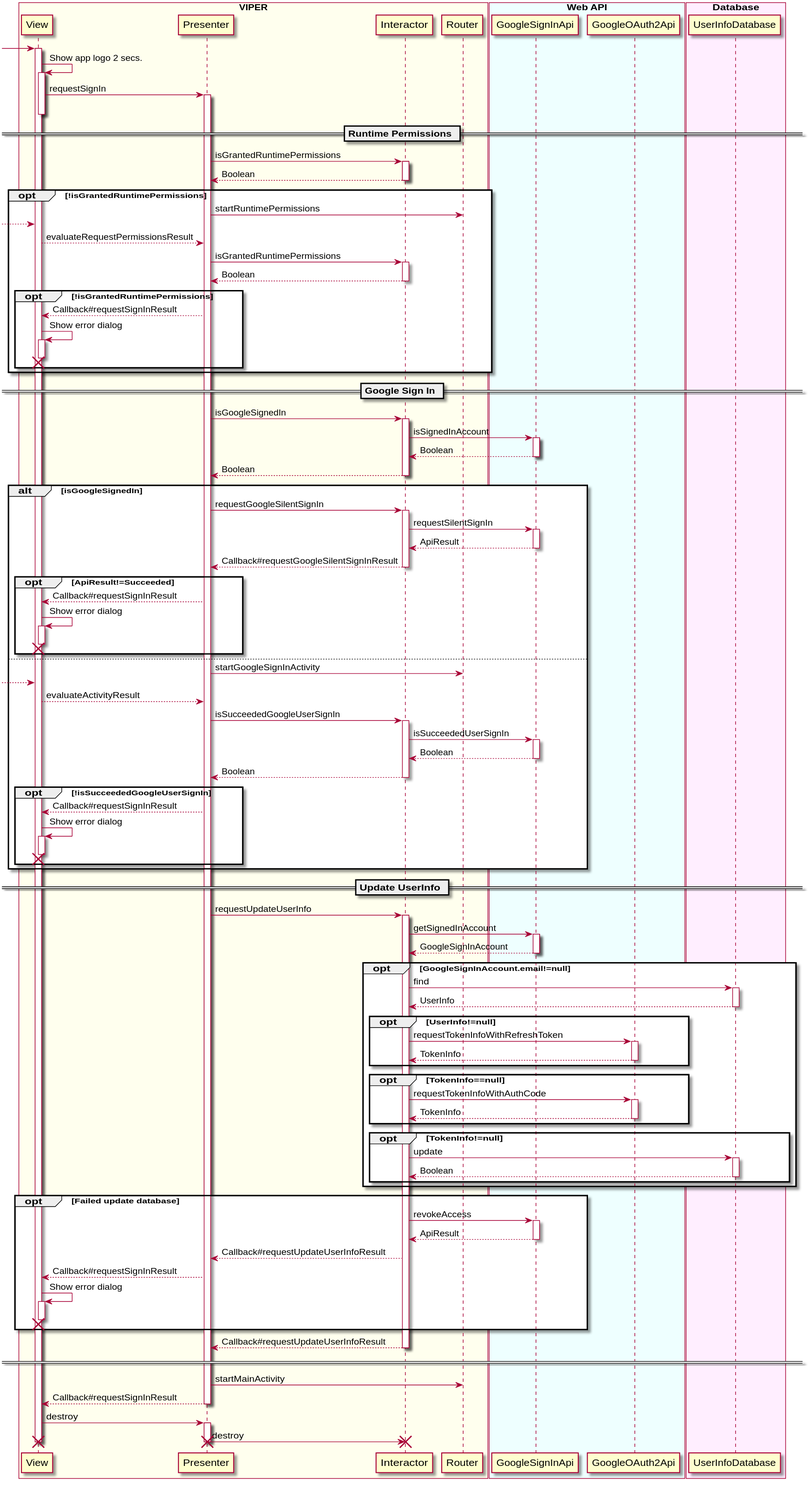
This is uml/splash/sequence_diagram_splash.svg from sallyluenoa/PhotoSlideShow, a PlantUML export, as it was before one commit.
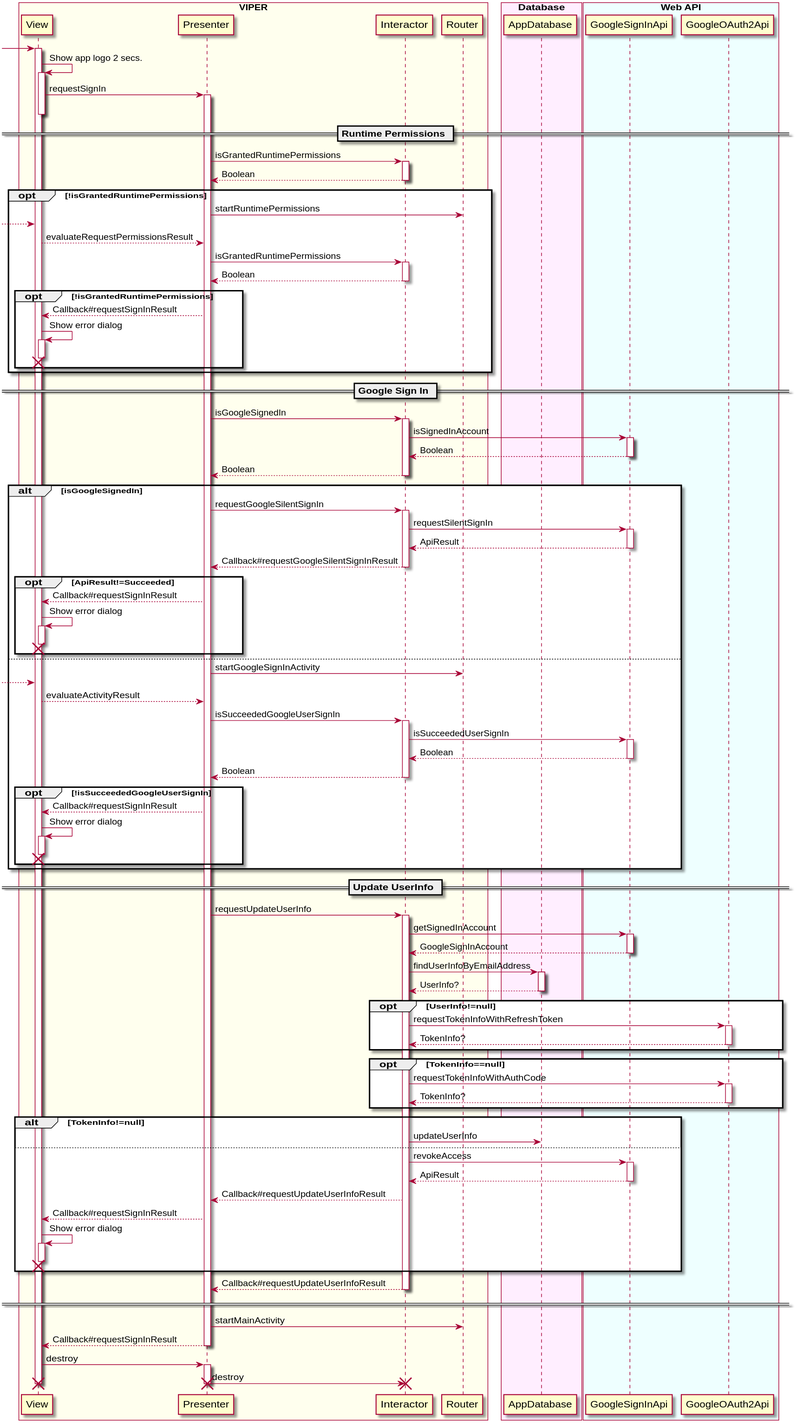
After the commit.

Commit message:
Write UML for design #13

The edit, as a diff of the source:
```diff
@@ -6,14 +6,15 @@
   participant Router
 end box
 
+box "Database" #FFEEFF
+  participant AppDatabase
+end box
+
 box "Web API" #EEFFFF
   participant GoogleSignInApi
   participant GoogleOAuth2Api
 end box
 
-box "Database" #FFEEFF
-  participant UserInfoDatabase
-end box
 
 [-> View
 activate View
@@ -85,28 +86,22 @@
 Interactor -> GoogleSignInApi++: getSignedInAccount
 return GoogleSignInAccount
 
-opt GoogleSignInAccount.email!=null
+Interactor -> AppDatabase++: findUserInfoByEmailAddress
+return UserInfo?
 
-  Interactor -> UserInfoDatabase++: find
-  return UserInfo
-
-  opt UserInfo!=null
-    Interactor -> GoogleOAuth2Api++: requestTokenInfoWithRefreshToken
-    return TokenInfo
-  end
-
-  opt TokenInfo==null
-    Interactor -> GoogleOAuth2Api++: requestTokenInfoWithAuthCode
-    return TokenInfo
-  end
-
-  opt TokenInfo!=null
-    Interactor -> UserInfoDatabase++: update
-    return Boolean
-  end
+opt UserInfo!=null
+  Interactor -> GoogleOAuth2Api++: requestTokenInfoWithRefreshToken
+  return TokenInfo?
 end
 
-opt Failed update database
+opt TokenInfo==null
+  Interactor -> GoogleOAuth2Api++: requestTokenInfoWithAuthCode
+  return TokenInfo?
+end
+
+alt TokenInfo!=null
+  Interactor -> AppDatabase: updateUserInfo
+else
   Interactor -> GoogleSignInApi++: revokeAccess
   return ApiResult
   Presenter <-- Interactor: Callback#requestUpdateUserInfoResult
```
